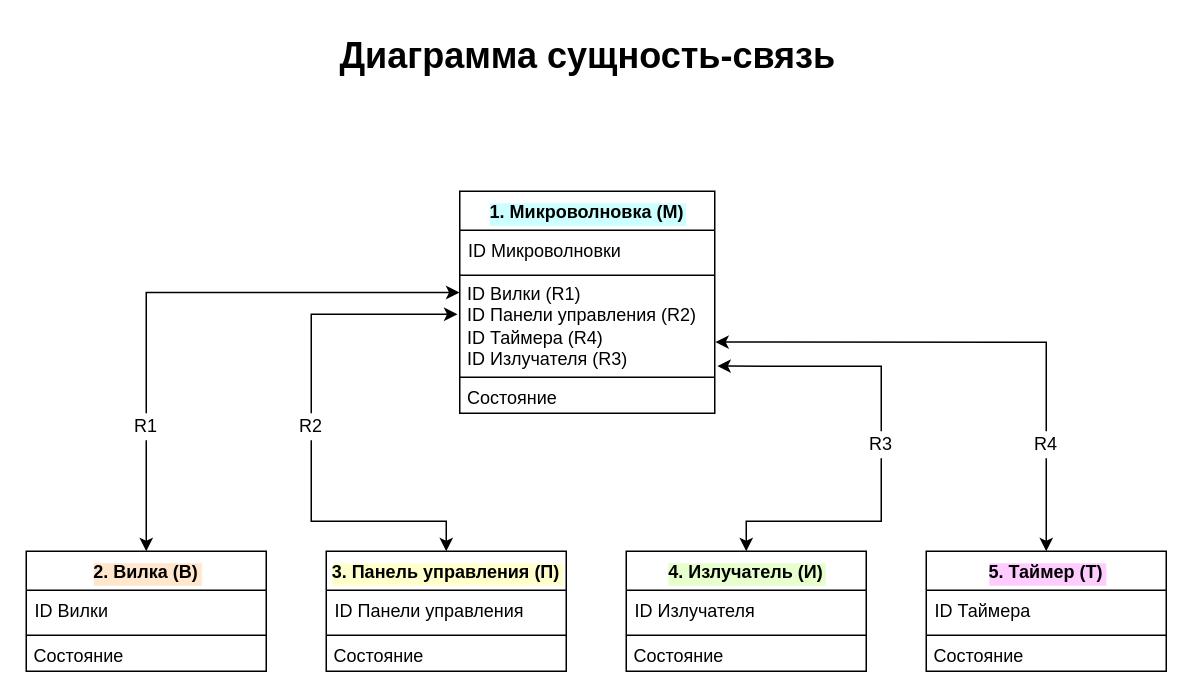
Earlier version of the draw.io diagram page "ДСС" (1 of 5) of lab_05/i_want_sleep.drawio (Tulenenok/BMSTU_OOP). Source tidied: cells renumbered, new cells numbered last; positions are measured from the earlier drawing's top-left corner, leaving out a move shared by most shapes. Both pictures are drawn from the tidied source at 150%, with x=0, y=0 at pixel (26, 26).
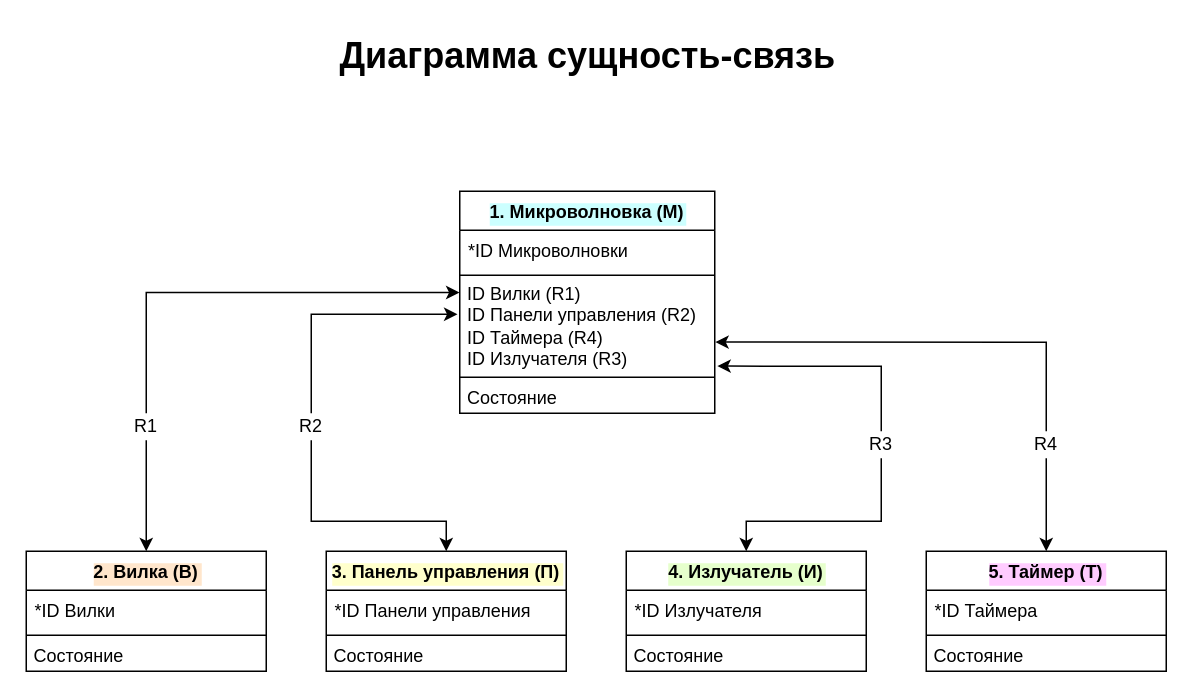
The same page after the edit.

Unchanged cells that the change refers to:
```xml
<mxCell id="2" value="1. Микроволновка (М)" style="swimlane;fontStyle=1;align=center;verticalAlign=top;horizontal=1;startSize=26;labelBackgroundColor=#CCFFFF;" parent="1" vertex="1">
  <mxGeometry x="289" y="110" width="170" height="148" as="geometry" />
</mxCell>
<mxCell id="11" value="2. Вилка (В)" style="swimlane;fontStyle=1;align=center;verticalAlign=top;horizontal=1;startSize=26;labelBackgroundColor=#FFE6CC;" parent="1" vertex="1">
  <mxGeometry y="350" width="160" height="80" as="geometry" />
</mxCell>
<mxCell id="16" value="3. Панель управления (П)" style="swimlane;fontStyle=1;align=center;verticalAlign=top;horizontal=1;startSize=26;labelBackgroundColor=#FFFFCC;" parent="1" vertex="1">
  <mxGeometry x="200" y="350" width="160" height="80" as="geometry" />
</mxCell>
<mxCell id="22" value="4. Излучатель (И)" style="swimlane;fontStyle=1;align=center;verticalAlign=top;horizontal=1;startSize=26;labelBackgroundColor=#E6FFCC;" parent="1" vertex="1">
  <mxGeometry x="400" y="350" width="160" height="80" as="geometry" />
</mxCell>
<mxCell id="28" value="5. Таймер (Т)" style="swimlane;fontStyle=1;align=center;verticalAlign=top;horizontal=1;startSize=26;labelBackgroundColor=#FFCCFF;" parent="1" vertex="1">
  <mxGeometry x="600" y="350" width="160" height="80" as="geometry" />
</mxCell>
```

The edit, as a diff of the source:
```diff
@@
-    <mxCell id="3" value="ID Микроволновки " style="text;strokeColor=none;fillColor=none;align=left;verticalAlign=top;spacingLeft=4;spacingRight=4;overflow=hidden;" parent="2" vertex="1">
+    <mxCell id="3" value="*ID Микроволновки " style="text;strokeColor=none;fillColor=none;align=left;verticalAlign=top;spacingLeft=4;spacingRight=4;overflow=hidden;" parent="2" vertex="1">
       <mxGeometry y="26" width="170" height="26" as="geometry" />
     </mxCell>
@@
-    <mxCell id="12" value="ID Вилки " style="text;strokeColor=none;fillColor=none;align=left;verticalAlign=top;spacingLeft=4;spacingRight=4;overflow=hidden;" parent="11" vertex="1">
+    <mxCell id="12" value="*ID Вилки " style="text;strokeColor=none;fillColor=none;align=left;verticalAlign=top;spacingLeft=4;spacingRight=4;overflow=hidden;" parent="11" vertex="1">
       <mxGeometry y="26" width="160" height="26" as="geometry" />
     </mxCell>
@@
-    <mxCell id="17" value="ID Панели управления " style="text;strokeColor=none;fillColor=none;align=left;verticalAlign=top;spacingLeft=4;spacingRight=4;overflow=hidden;" parent="16" vertex="1">
+    <mxCell id="17" value="*ID Панели управления " style="text;strokeColor=none;fillColor=none;align=left;verticalAlign=top;spacingLeft=4;spacingRight=4;overflow=hidden;" parent="16" vertex="1">
       <mxGeometry y="26" width="160" height="26" as="geometry" />
     </mxCell>
@@
-    <mxCell id="23" value="ID Излучателя" style="text;strokeColor=none;fillColor=none;align=left;verticalAlign=top;spacingLeft=4;spacingRight=4;overflow=hidden;" parent="22" vertex="1">
+    <mxCell id="23" value="*ID Излучателя" style="text;strokeColor=none;fillColor=none;align=left;verticalAlign=top;spacingLeft=4;spacingRight=4;overflow=hidden;" parent="22" vertex="1">
       <mxGeometry y="26" width="160" height="26" as="geometry" />
     </mxCell>
@@
-    <mxCell id="29" value="ID Таймера" style="text;strokeColor=none;fillColor=none;align=left;verticalAlign=top;spacingLeft=4;spacingRight=4;overflow=hidden;" parent="28" vertex="1">
+    <mxCell id="29" value="*ID Таймера" style="text;strokeColor=none;fillColor=none;align=left;verticalAlign=top;spacingLeft=4;spacingRight=4;overflow=hidden;" parent="28" vertex="1">
       <mxGeometry y="26" width="160" height="26" as="geometry" />
     </mxCell>
```
